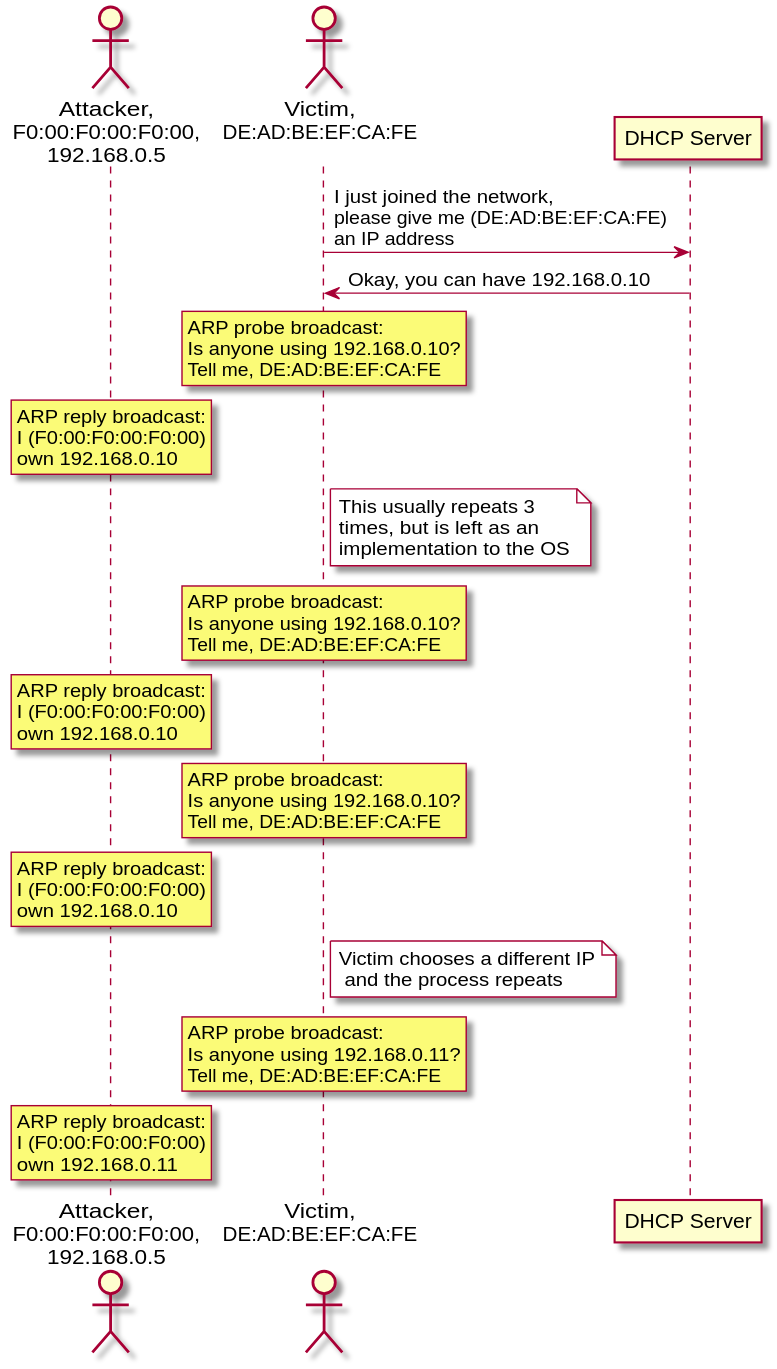
This is media/narp_diagram.svg from raidancampbell/raidancampbell.github.io, a PlantUML export, as it was before one commit.
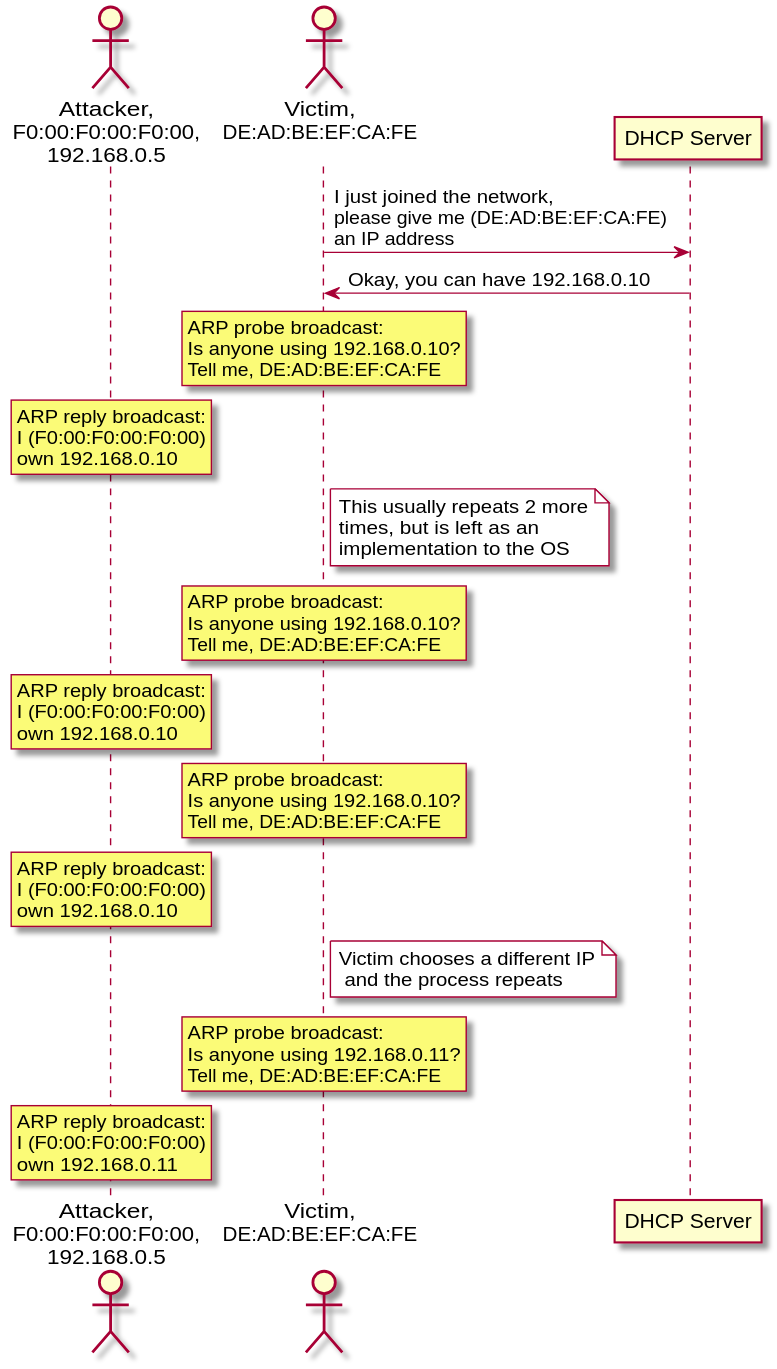
The same diagram one commit later.

Commit message:
rebuilding site

Change to the diagram source:
```diff
@@ -9,7 +9,7 @@
 rnote over victim : ARP probe broadcast:\nIs anyone using 192.168.0.10?\nTell me, DE:AD:BE:EF:CA:FE
 rnote over attacker : ARP reply broadcast:\nI (F0:00:F0:00:F0:00)\nown 192.168.0.10
 
-note right of victim #white: This usually repeats 3\ntimes, but is left as an\nimplementation to the OS
+note right of victim #white: This usually repeats 2 more\ntimes, but is left as an\nimplementation to the OS
 rnote over victim : ARP probe broadcast:\nIs anyone using 192.168.0.10?\nTell me, DE:AD:BE:EF:CA:FE
 rnote over attacker : ARP reply broadcast:\nI (F0:00:F0:00:F0:00)\nown 192.168.0.10
 
```
